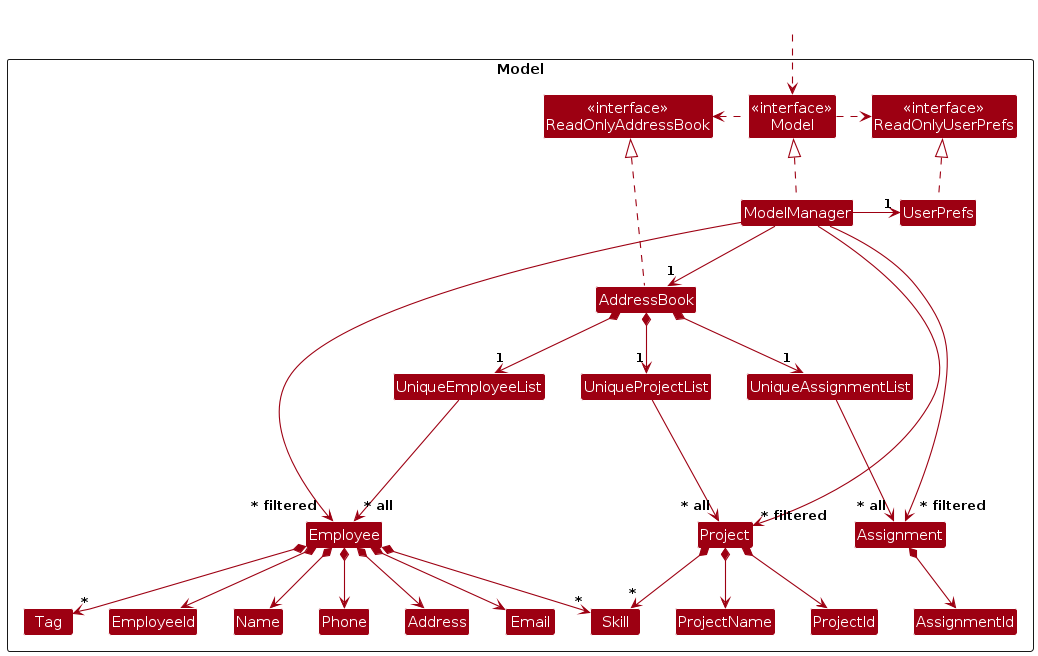
Above: docs/images/ModelClassDiagram.png in nus-cs2103-AY2425S1/tp (PlantUML), before the change.
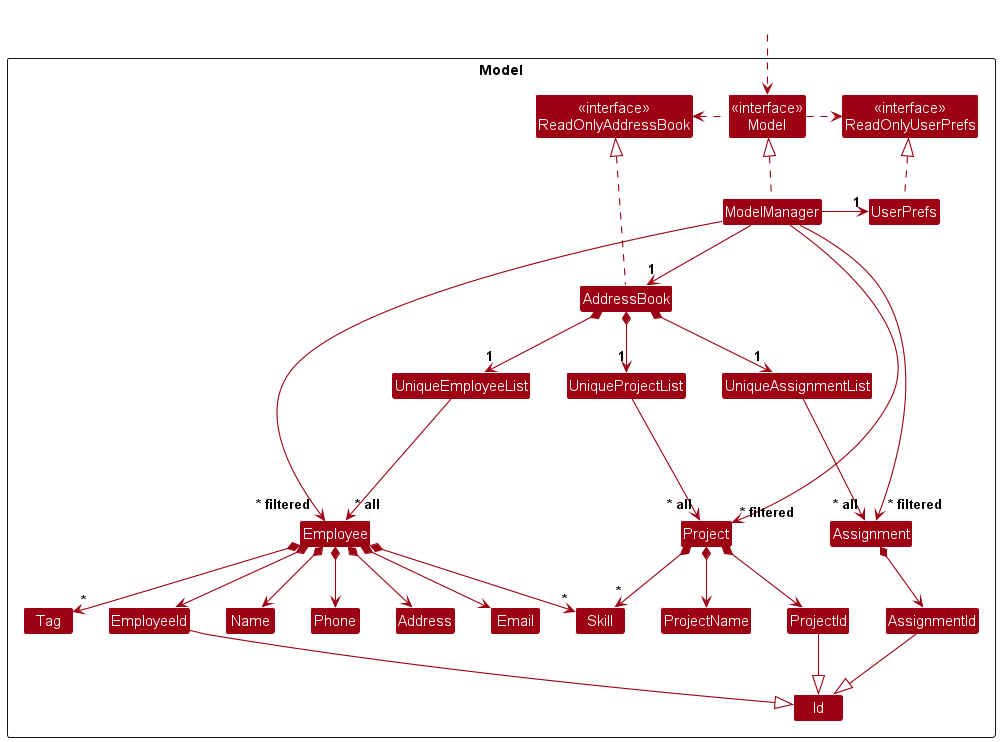
After the change.

Diff of the diagram source:
```diff
@@ -29,6 +29,7 @@
 Class Assignment
 Class AssignmentId
 
+Class Id
 Class I #FFFFFF
 }
 
@@ -66,6 +67,10 @@
 UniqueAssignmentList --> "~* all" Assignment
 Assignment *--> AssignmentId
 
+EmployeeId -down-|> Id
+ProjectId -down-|> Id
+AssignmentId -down-|> Id
+
 Employee -[hidden]up--> I
 UniqueEmployeeList -[hidden]right-> I
 
```
